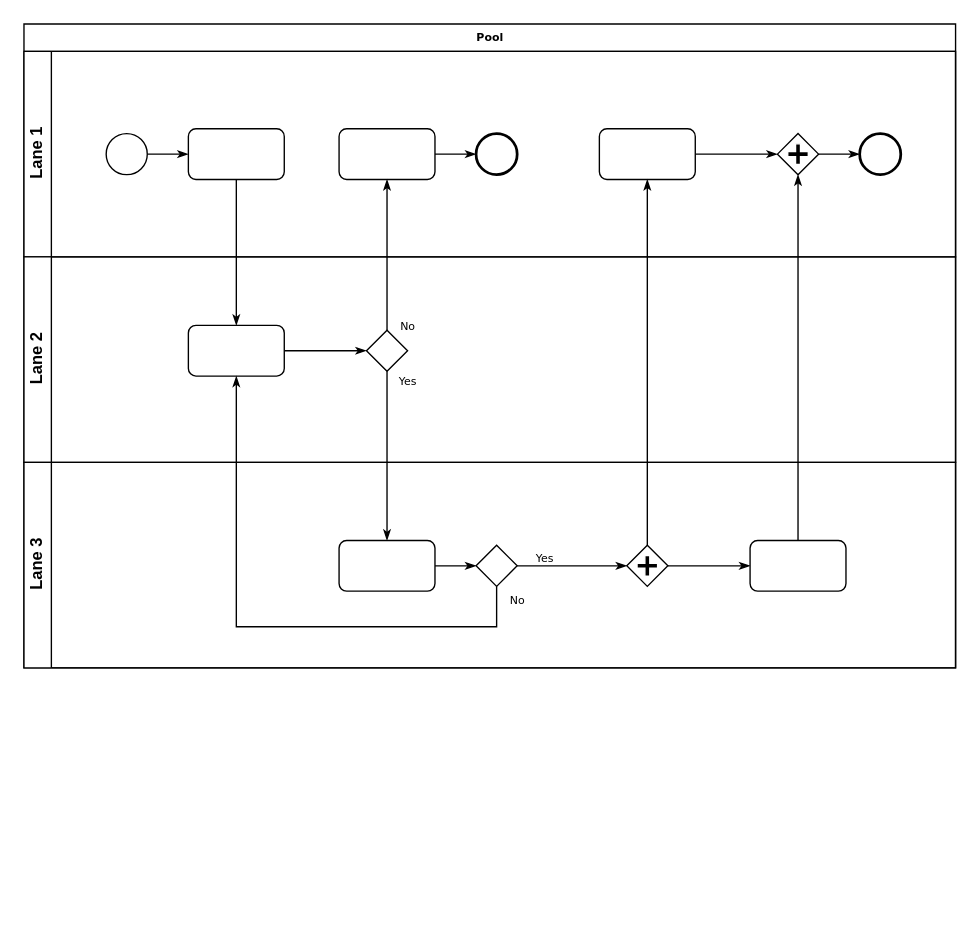
Charleszhan/Reader keeps this draw.io diagram as Untitled Diagram.drawio. Above is the earlier version. Source tidied: cells renumbered, new cells numbered last; positions are measured from the earlier drawing's top-left corner, leaving out a move shared by most shapes. Both pictures are drawn from the tidied source at 137%, with x=0, y=0 at pixel (23, 23).
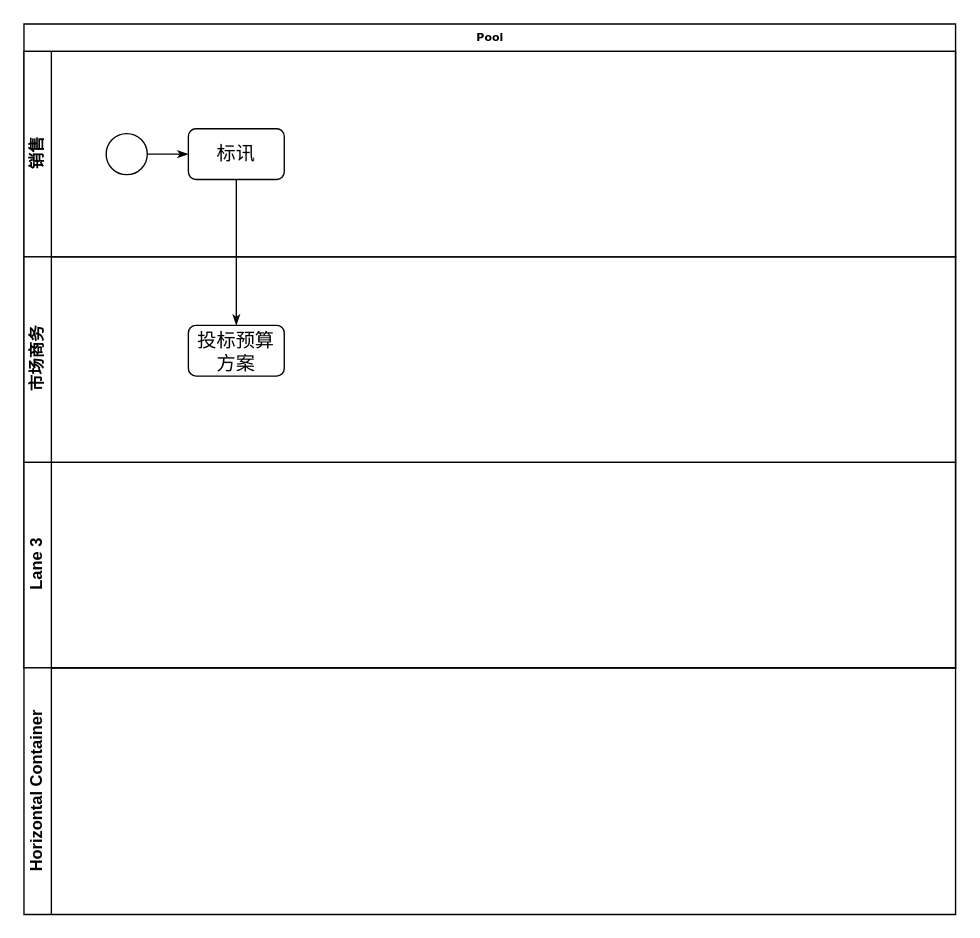
After the change.

The change refers to these unchanged cells:
```xml
<mxCell id="2" value="Pool" style="swimlane;html=1;horizontal=1;startSize=20;rounded=0;shadow=0;labelBackgroundColor=none;strokeWidth=1;fontFamily=Verdana;fontSize=8;align=center;" parent="1" vertex="1">
  <mxGeometry width="680" height="470" as="geometry" />
</mxCell>
<mxCell id="19" value="Lane 3" style="swimlane;html=1;startSize=20;horizontal=0;" parent="2" vertex="1">
  <mxGeometry y="320" width="680" height="150" as="geometry" />
</mxCell>
```

The edit, as a diff of the source:
```diff
@@
-    <mxCell id="3" value="Lane 1" style="swimlane;html=1;startSize=20;horizontal=0;" parent="2" vertex="1">
+    <mxCell id="3" value="销售" style="swimlane;html=1;startSize=20;horizontal=0;" parent="2" vertex="1">
       <mxGeometry y="20" width="680" height="150" as="geometry" />
     </mxCell>
@@
-    <mxCell id="6" style="rounded=1;whiteSpace=wrap;html=1;shadow=0;labelBackgroundColor=none;strokeWidth=1;fontFamily=Verdana;fontSize=8;align=center;" parent="3" vertex="1">
+    <mxCell id="6" value="标讯" style="rounded=1;whiteSpace=wrap;html=1;shadow=0;labelBackgroundColor=none;strokeWidth=1;fontFamily=Verdana;fontSize=14;align=center;" parent="3" vertex="1">
       <mxGeometry x="120" y="56.5" width="70" height="37" as="geometry" />
     </mxCell>
-    <mxCell id="7" style="edgeStyle=orthogonalEdgeStyle;rounded=0;html=1;labelBackgroundColor=none;startArrow=none;startFill=0;startSize=5;endArrow=classicThin;endFill=1;endSize=5;jettySize=auto;strokeWidth=1;fontFamily=Verdana;fontSize=8;" parent="3" edge="1" source="8" target="9">
-      <mxGeometry relative="1" as="geometry" />
-    </mxCell>
-    <mxCell id="8" style="rounded=1;whiteSpace=wrap;html=1;shadow=0;labelBackgroundColor=none;strokeWidth=1;fontFamily=Verdana;fontSize=8;align=center;" parent="3" vertex="1">
-      <mxGeometry x="230" y="56.5" width="70" height="37" as="geometry" />
-    </mxCell>
-    <mxCell id="9" style="ellipse;whiteSpace=wrap;html=1;rounded=0;shadow=0;labelBackgroundColor=none;strokeWidth=2;fontFamily=Verdana;fontSize=8;align=center;" parent="3" vertex="1">
-      <mxGeometry x="330" y="60" width="30" height="30" as="geometry" />
-    </mxCell>
-    <mxCell id="10" style="edgeStyle=orthogonalEdgeStyle;rounded=0;html=1;entryX=0;entryY=0.5;labelBackgroundColor=none;startArrow=none;startFill=0;startSize=5;endArrow=classicThin;endFill=1;endSize=5;jettySize=auto;strokeWidth=1;fontFamily=Verdana;fontSize=8;" parent="3" edge="1" source="11" target="13">
-      <mxGeometry relative="1" as="geometry" />
-    </mxCell>
-    <mxCell id="11" style="rounded=1;whiteSpace=wrap;html=1;shadow=0;labelBackgroundColor=none;strokeWidth=1;fontFamily=Verdana;fontSize=8;align=center;" parent="3" vertex="1">
-      <mxGeometry x="420" y="56.5" width="70" height="37" as="geometry" />
-    </mxCell>
-    <mxCell id="12" style="edgeStyle=orthogonalEdgeStyle;rounded=0;html=1;labelBackgroundColor=none;startArrow=none;startFill=0;startSize=5;endArrow=classicThin;endFill=1;endSize=5;jettySize=auto;strokeWidth=1;fontFamily=Verdana;fontSize=8;" parent="3" edge="1" source="13" target="14">
-      <mxGeometry relative="1" as="geometry" />
-    </mxCell>
-    <mxCell id="13" style="shape=mxgraph.bpmn.shape;html=1;verticalLabelPosition=bottom;labelBackgroundColor=#ffffff;verticalAlign=top;perimeter=rhombusPerimeter;background=gateway;outline=none;symbol=parallelGw;rounded=1;shadow=0;strokeWidth=1;fontFamily=Verdana;fontSize=8;align=center;" parent="3" vertex="1">
-      <mxGeometry x="550" y="60" width="30" height="30" as="geometry" />
-    </mxCell>
-    <mxCell id="14" style="ellipse;whiteSpace=wrap;html=1;rounded=0;shadow=0;labelBackgroundColor=none;strokeWidth=2;fontFamily=Verdana;fontSize=8;align=center;" parent="3" vertex="1">
-      <mxGeometry x="610" y="60" width="30" height="30" as="geometry" />
-    </mxCell>
-    <mxCell id="15" value="Lane 2" style="swimlane;html=1;startSize=20;horizontal=0;" parent="2" vertex="1">
+    <mxCell id="15" value="市场商务" style="swimlane;html=1;startSize=20;horizontal=0;" parent="2" vertex="1">
       <mxGeometry y="170" width="680" height="150" as="geometry" />
     </mxCell>
-    <mxCell id="16" style="edgeStyle=orthogonalEdgeStyle;rounded=0;html=1;labelBackgroundColor=none;startArrow=none;startFill=0;startSize=5;endArrow=classicThin;endFill=1;endSize=5;jettySize=auto;strokeWidth=1;fontFamily=Verdana;fontSize=8;" parent="15" edge="1" source="17" target="18">
-      <mxGeometry relative="1" as="geometry" />
-    </mxCell>
-    <mxCell id="17" style="rounded=1;whiteSpace=wrap;html=1;shadow=0;labelBackgroundColor=none;strokeWidth=1;fontFamily=Verdana;fontSize=8;align=center;" parent="15" vertex="1">
+    <mxCell id="17" value="投标预算方案" style="rounded=1;whiteSpace=wrap;html=1;shadow=0;labelBackgroundColor=none;strokeWidth=1;fontFamily=Verdana;fontSize=14;align=center;" parent="15" vertex="1">
       <mxGeometry x="120" y="50" width="70" height="37" as="geometry" />
     </mxCell>
-    <mxCell id="18" style="strokeWidth=1;html=1;shape=mxgraph.flowchart.decision;whiteSpace=wrap;rounded=1;shadow=0;labelBackgroundColor=none;fontFamily=Verdana;fontSize=8;align=center;" parent="15" vertex="1">
-      <mxGeometry x="250" y="53.5" width="30" height="30" as="geometry" />
-    </mxCell>
@@
-    <mxCell id="20" style="edgeStyle=orthogonalEdgeStyle;rounded=0;html=1;labelBackgroundColor=none;startArrow=none;startFill=0;startSize=5;endArrow=classicThin;endFill=1;endSize=5;jettySize=auto;strokeWidth=1;fontFamily=Verdana;fontSize=8;" parent="19" edge="1" source="21" target="23">
-      <mxGeometry relative="1" as="geometry" />
-    </mxCell>
-    <mxCell id="21" style="rounded=1;whiteSpace=wrap;html=1;shadow=0;labelBackgroundColor=none;strokeWidth=1;fontFamily=Verdana;fontSize=8;align=center;" parent="19" vertex="1">
-      <mxGeometry x="230" y="57" width="70" height="37" as="geometry" />
-    </mxCell>
-    <mxCell id="22" value="Yes" style="edgeStyle=orthogonalEdgeStyle;rounded=0;html=1;entryX=0;entryY=0.5;labelBackgroundColor=none;startArrow=none;startFill=0;startSize=5;endArrow=classicThin;endFill=1;endSize=5;jettySize=auto;strokeWidth=1;fontFamily=Verdana;fontSize=8;" parent="19" edge="1" source="23" target="25">
-      <mxGeometry x="-0.5" y="6" relative="1" as="geometry" />
-    </mxCell>
-    <mxCell id="23" style="strokeWidth=1;html=1;shape=mxgraph.flowchart.decision;whiteSpace=wrap;rounded=1;shadow=0;labelBackgroundColor=none;fontFamily=Verdana;fontSize=8;align=center;" parent="19" vertex="1">
-      <mxGeometry x="330" y="60.5" width="30" height="30" as="geometry" />
-    </mxCell>
-    <mxCell id="24" style="edgeStyle=orthogonalEdgeStyle;rounded=0;html=1;labelBackgroundColor=none;startArrow=none;startFill=0;startSize=5;endArrow=classicThin;endFill=1;endSize=5;jettySize=auto;strokeColor=#000000;strokeWidth=1;fontFamily=Verdana;fontSize=8;fontColor=#000000;" parent="19" edge="1" source="25" target="26">
-      <mxGeometry relative="1" as="geometry" />
-    </mxCell>
-    <mxCell id="25" style="shape=mxgraph.bpmn.shape;html=1;verticalLabelPosition=bottom;labelBackgroundColor=#ffffff;verticalAlign=top;perimeter=rhombusPerimeter;background=gateway;outline=none;symbol=parallelGw;rounded=1;shadow=0;strokeWidth=1;fontFamily=Verdana;fontSize=8;align=center;" parent="19" vertex="1">
-      <mxGeometry x="440" y="60.5" width="30" height="30" as="geometry" />
-    </mxCell>
-    <mxCell id="26" style="rounded=1;whiteSpace=wrap;html=1;shadow=0;labelBackgroundColor=none;strokeWidth=1;fontFamily=Verdana;fontSize=8;align=center;" parent="19" vertex="1">
-      <mxGeometry x="530" y="57" width="70" height="37" as="geometry" />
-    </mxCell>
@@
-    <mxCell id="28" value="No" style="edgeStyle=orthogonalEdgeStyle;rounded=0;html=1;labelBackgroundColor=none;startArrow=none;startFill=0;startSize=5;endArrow=classicThin;endFill=1;endSize=5;jettySize=auto;strokeWidth=1;fontFamily=Verdana;fontSize=8;" parent="2" edge="1" source="18" target="8">
-      <mxGeometry x="-0.94" y="-15" relative="1" as="geometry" />
-    </mxCell>
-    <mxCell id="29" value="Yes" style="edgeStyle=orthogonalEdgeStyle;rounded=0;html=1;labelBackgroundColor=none;startArrow=none;startFill=0;startSize=5;endArrow=classicThin;endFill=1;endSize=5;jettySize=auto;strokeWidth=1;fontFamily=Verdana;fontSize=8;" parent="2" edge="1" source="18" target="21">
-      <mxGeometry x="-0.89" y="15" relative="1" as="geometry" />
-    </mxCell>
-    <mxCell id="30" style="edgeStyle=orthogonalEdgeStyle;rounded=0;html=1;entryX=0.5;entryY=1;labelBackgroundColor=none;startArrow=none;startFill=0;startSize=5;endArrow=classicThin;endFill=1;endSize=5;jettySize=auto;strokeWidth=1;fontFamily=Verdana;fontSize=8;" parent="2" edge="1" source="26" target="13">
-      <mxGeometry relative="1" as="geometry" />
-    </mxCell>
-    <mxCell id="31" value="No" style="edgeStyle=orthogonalEdgeStyle;rounded=0;html=1;labelBackgroundColor=none;startArrow=none;startFill=0;startSize=5;endArrow=classicThin;endFill=1;endSize=5;jettySize=auto;strokeWidth=1;fontFamily=Verdana;fontSize=8;" parent="2" edge="1" source="23" target="17">
-      <mxGeometry x="-0.95" y="15" relative="1" as="geometry">
-        <Array as="points">
-          <mxPoint x="345" y="440" />
-          <mxPoint x="155" y="440" />
-        </Array>
-      </mxGeometry>
-    </mxCell>
-    <mxCell id="32" style="edgeStyle=orthogonalEdgeStyle;rounded=0;html=1;labelBackgroundColor=none;startArrow=none;startFill=0;startSize=5;endArrow=classicThin;endFill=1;endSize=5;jettySize=auto;strokeWidth=1;fontFamily=Verdana;fontSize=8;" parent="2" edge="1" source="25" target="11">
-      <mxGeometry relative="1" as="geometry" />
-    </mxCell>
+    <mxCell id="33" value="Horizontal Container" style="swimlane;horizontal=0;whiteSpace=wrap;html=1;startSize=20;" parent="1" vertex="1">
+      <mxGeometry y="470" width="680" height="180" as="geometry" />
+    </mxCell>
```
